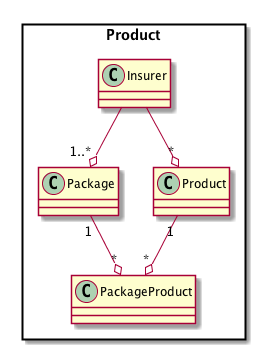
Earlier version of the PlantUML export assets/screens/class-product.png (yitchoong/cloudapi).
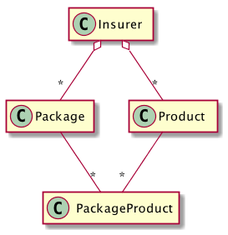
After the commit.

Change to the diagram source:
```diff
@@ -1,19 +1,23 @@
 @startuml
 
-package Product <<Rectangle>> {
-    class Insurer
-    class Package
-    class PackageProduct
-    class Product
-}
+scale 1.2
+hide empty members
 
-Package "1" --o "*" PackageProduct
 
-Product "1" --o "*" PackageProduct
+    class "Package  " as Package
+    class " PackageProduct  " as PackageProduct
+    class "Product   " as Product
+    class "Insurer   " as Insurer
 
-Insurer --o "*" Product
 
-Insurer --o "1..*" Package
+Package -- "*" PackageProduct
+Product -- "*" PackageProduct
+
+
+
+Insurer o-- "*" Product
+
+Insurer o-- "*" Package
 
 
 @enduml
```
